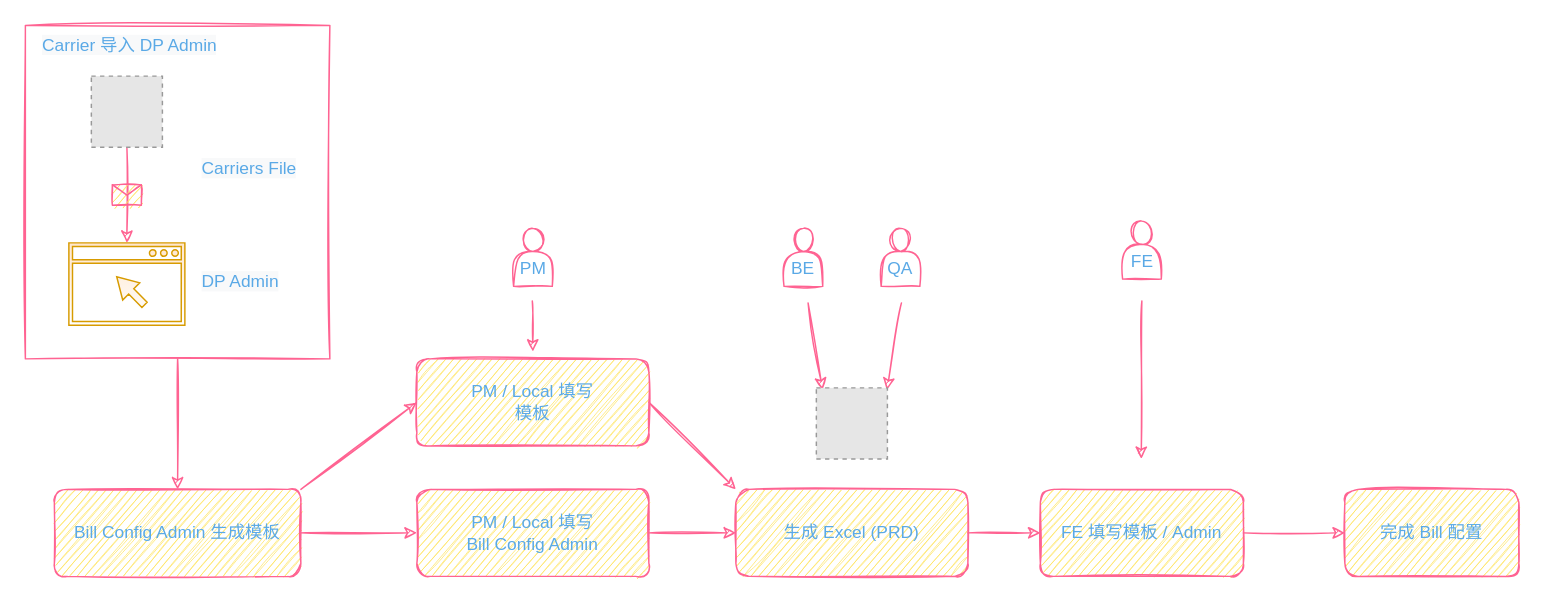
Above: AutoBatchImportView.drawio in Darkindom/draw-the-diagrams (draw.io), before the change. Source tidied: cells renumbered, new cells numbered last; positions are measured from the earlier drawing's top-left corner, leaving out a move shared by most shapes. Both pictures are drawn from the tidied source at 145%, with x=0, y=0 at pixel (25, 25). Pictures stored in the file or linked from it are replaced by grey dashed boxes.
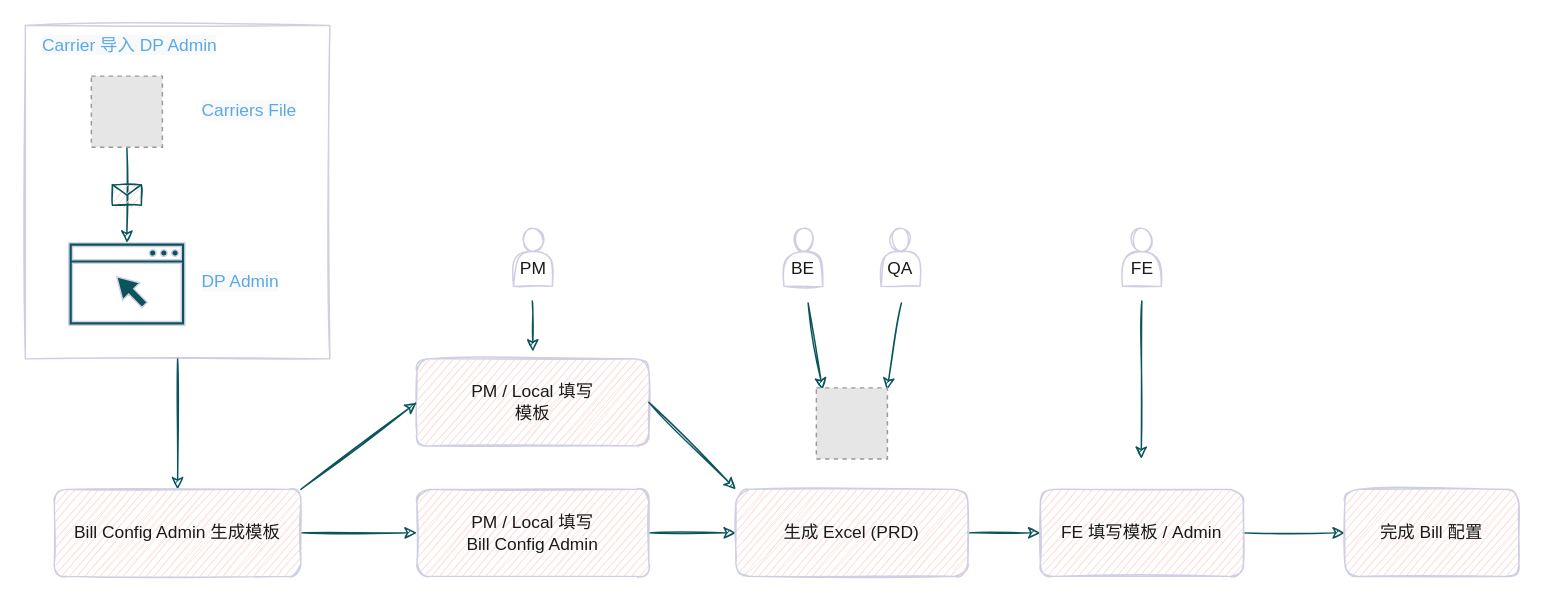
After the change.

Diff of the diagram source:
```diff
@@
-    <mxCell id="2" style="rounded=0;whiteSpace=wrap;html=1;sketch=1;fontColor=#5AA9E6;strokeColor=#FF6392;fillColor=none;" parent="1" vertex="1">
+    <mxCell id="2" style="rounded=0;whiteSpace=wrap;html=1;sketch=1;fontColor=#1A1A1A;strokeColor=#D0CEE2;fillColor=none;" parent="1" vertex="1">
       <mxGeometry width="210" height="230" as="geometry" />
     </mxCell>
-    <mxCell id="3" style="edgeStyle=orthogonalEdgeStyle;curved=0;rounded=1;sketch=1;jettySize=auto;html=1;exitX=0.5;exitY=1;exitDx=0;exitDy=0;entryX=0.5;entryY=0;entryDx=0;entryDy=0;fontColor=#5AA9E6;strokeColor=#FF6392;fillColor=#FFE45E;" parent="1" edge="1" source="2" target="5">
+    <mxCell id="3" style="edgeStyle=orthogonalEdgeStyle;curved=0;rounded=1;sketch=1;jettySize=auto;html=1;exitX=0.5;exitY=1;exitDx=0;exitDy=0;entryX=0.5;entryY=0;entryDx=0;entryDy=0;fontColor=#1A1A1A;strokeColor=#09555B;" parent="1" edge="1" source="2" target="5">
       <mxGeometry relative="1" as="geometry" />
     </mxCell>
-    <mxCell id="4" style="edgeStyle=orthogonalEdgeStyle;curved=0;rounded=1;sketch=1;jettySize=auto;html=1;exitX=1;exitY=0.5;exitDx=0;exitDy=0;fontColor=#5AA9E6;strokeColor=#FF6392;fillColor=#FFE45E;entryX=0;entryY=0.5;entryDx=0;entryDy=0;" parent="1" edge="1" source="5" target="11">
+    <mxCell id="4" style="edgeStyle=orthogonalEdgeStyle;curved=0;rounded=1;sketch=1;jettySize=auto;html=1;exitX=1;exitY=0.5;exitDx=0;exitDy=0;fontColor=#1A1A1A;strokeColor=#09555B;entryX=0;entryY=0.5;entryDx=0;entryDy=0;" parent="1" edge="1" source="5" target="11">
       <mxGeometry relative="1" as="geometry" />
     </mxCell>
-    <mxCell id="5" value="Bill Config Admin 生成模板" style="rounded=1;whiteSpace=wrap;html=1;fontSize=12;glass=0;strokeWidth=1;shadow=0;sketch=1;fillColor=#FFE45E;strokeColor=#FF6392;fontColor=#5AA9E6;" parent="1" vertex="1">
+    <mxCell id="5" value="Bill Config Admin 生成模板" style="rounded=1;whiteSpace=wrap;html=1;fontSize=12;glass=0;strokeWidth=1;shadow=0;sketch=1;fillColor=#FAD9D5;strokeColor=#D0CEE2;fontColor=#1A1A1A;" parent="1" vertex="1">
       <mxGeometry x="20" y="320" width="170" height="60" as="geometry" />
     </mxCell>
-    <mxCell id="6" style="endArrow=classic;html=1;rounded=1;sketch=1;fontColor=#5AA9E6;strokeColor=#FF6392;fillColor=#FFE45E;curved=0;exitX=0.5;exitY=1;exitDx=0;exitDy=0;" parent="1" edge="1" source="22" target="20">
+    <mxCell id="6" style="endArrow=classic;html=1;rounded=1;sketch=1;fontColor=#1A1A1A;strokeColor=#09555B;curved=0;exitX=0.5;exitY=1;exitDx=0;exitDy=0;" parent="1" edge="1" source="22" target="20">
       <mxGeometry relative="1" as="geometry" />
     </mxCell>
-    <mxCell id="7" style="shape=message;html=1;rounded=0;sketch=1;fontColor=#5AA9E6;strokeColor=#FF6392;fillColor=#FFE45E;" parent="6" vertex="1">
+    <mxCell id="7" style="shape=message;html=1;rounded=0;sketch=1;fontColor=#1A1A1A;strokeColor=#09555B;fillColor=#FAD9D5;" parent="6" vertex="1">
       <mxGeometry width="20" height="14" relative="1" as="geometry">
         <mxPoint x="-10" y="-7" as="offset" />
       </mxGeometry>
     </mxCell>
-    <mxCell id="8" value="&lt;span style=&quot;color: rgb(90, 169, 230); font-family: Helvetica; font-size: 12px; font-style: normal; font-variant-ligatures: normal; font-variant-caps: normal; font-weight: 400; letter-spacing: normal; orphans: 2; text-align: center; text-indent: 0px; text-transform: none; widows: 2; word-spacing: 0px; -webkit-text-stroke-width: 0px; background-color: rgb(248, 249, 250); text-decoration-thickness: initial; text-decoration-style: initial; text-decoration-color: initial; float: none; display: inline !important;&quot;&gt;Carrier 导入 DP Admin&lt;/span&gt;" style="text;whiteSpace=wrap;html=1;fontColor=#5AA9E6;" parent="1" vertex="1">
+    <mxCell id="8" value="&lt;span style=&quot;color: rgb(90, 169, 230); font-family: Helvetica; font-size: 12px; font-style: normal; font-variant-ligatures: normal; font-variant-caps: normal; font-weight: 400; letter-spacing: normal; orphans: 2; text-align: center; text-indent: 0px; text-transform: none; widows: 2; word-spacing: 0px; -webkit-text-stroke-width: 0px; background-color: rgb(248, 249, 250); text-decoration-thickness: initial; text-decoration-style: initial; text-decoration-color: initial; float: none; display: inline !important;&quot;&gt;Carrier 导入 DP Admin&lt;/span&gt;" style="text;whiteSpace=wrap;html=1;fontColor=#1A1A1A;" parent="1" vertex="1">
       <mxGeometry x="10" width="150" height="30" as="geometry" />
     </mxCell>
-    <mxCell id="9" value="PM / Local 填写 &lt;br&gt;模板" style="rounded=1;whiteSpace=wrap;html=1;fontSize=12;glass=0;strokeWidth=1;shadow=0;sketch=1;fillColor=#FFE45E;strokeColor=#FF6392;fontColor=#5AA9E6;" parent="1" vertex="1">
+    <mxCell id="9" value="PM / Local 填写 &lt;br&gt;模板" style="rounded=1;whiteSpace=wrap;html=1;fontSize=12;glass=0;strokeWidth=1;shadow=0;sketch=1;fillColor=#FAD9D5;strokeColor=#D0CEE2;fontColor=#1A1A1A;" parent="1" vertex="1">
       <mxGeometry x="270" y="230" width="160" height="60" as="geometry" />
     </mxCell>
-    <mxCell id="10" style="edgeStyle=orthogonalEdgeStyle;curved=0;rounded=1;sketch=1;jettySize=auto;html=1;exitX=1;exitY=0.5;exitDx=0;exitDy=0;entryX=0;entryY=0.5;entryDx=0;entryDy=0;fontColor=#5AA9E6;strokeColor=#FF6392;fillColor=#FFE45E;" parent="1" edge="1" source="11" target="14">
+    <mxCell id="10" style="edgeStyle=orthogonalEdgeStyle;curved=0;rounded=1;sketch=1;jettySize=auto;html=1;exitX=1;exitY=0.5;exitDx=0;exitDy=0;entryX=0;entryY=0.5;entryDx=0;entryDy=0;fontColor=#1A1A1A;strokeColor=#09555B;" parent="1" edge="1" source="11" target="14">
       <mxGeometry relative="1" as="geometry" />
     </mxCell>
-    <mxCell id="11" value="PM / Local 填写&lt;br&gt;Bill Config Admin" style="rounded=1;whiteSpace=wrap;html=1;fontSize=12;glass=0;strokeWidth=1;shadow=0;sketch=1;fillColor=#FFE45E;strokeColor=#FF6392;fontColor=#5AA9E6;" parent="1" vertex="1">
+    <mxCell id="11" value="PM / Local 填写&lt;br&gt;Bill Config Admin" style="rounded=1;whiteSpace=wrap;html=1;fontSize=12;glass=0;strokeWidth=1;shadow=0;sketch=1;fillColor=#FAD9D5;strokeColor=#D0CEE2;fontColor=#1A1A1A;" parent="1" vertex="1">
       <mxGeometry x="270" y="320" width="160" height="60" as="geometry" />
     </mxCell>
-    <mxCell id="12" style="endArrow=classic;html=1;rounded=1;sketch=1;fontColor=#5AA9E6;strokeColor=#FF6392;fillColor=#FFE45E;curved=0;entryX=0;entryY=0.5;entryDx=0;entryDy=0;exitX=1;exitY=0;exitDx=0;exitDy=0;" parent="1" edge="1" source="5" target="9">
+    <mxCell id="12" style="endArrow=classic;html=1;rounded=1;sketch=1;fontColor=#1A1A1A;strokeColor=#09555B;curved=0;entryX=0;entryY=0.5;entryDx=0;entryDy=0;exitX=1;exitY=0;exitDx=0;exitDy=0;" parent="1" edge="1" source="5" target="9">
       <mxGeometry relative="1" as="geometry" />
     </mxCell>
-    <mxCell id="13" style="edgeStyle=orthogonalEdgeStyle;curved=0;rounded=1;sketch=1;jettySize=auto;html=1;fontColor=#5AA9E6;strokeColor=#FF6392;fillColor=#FFE45E;" parent="1" edge="1" source="14" target="17">
+    <mxCell id="13" style="edgeStyle=orthogonalEdgeStyle;curved=0;rounded=1;sketch=1;jettySize=auto;html=1;fontColor=#1A1A1A;strokeColor=#09555B;" parent="1" edge="1" source="14" target="17">
       <mxGeometry relative="1" as="geometry" />
     </mxCell>
-    <mxCell id="14" value="生成 Excel (PRD)" style="rounded=1;whiteSpace=wrap;html=1;fontSize=12;glass=0;strokeWidth=1;shadow=0;sketch=1;fillColor=#FFE45E;strokeColor=#FF6392;fontColor=#5AA9E6;" parent="1" vertex="1">
+    <mxCell id="14" value="生成 Excel (PRD)" style="rounded=1;whiteSpace=wrap;html=1;fontSize=12;glass=0;strokeWidth=1;shadow=0;sketch=1;fillColor=#FAD9D5;strokeColor=#D0CEE2;fontColor=#1A1A1A;" parent="1" vertex="1">
       <mxGeometry x="490" y="320" width="160" height="60" as="geometry" />
     </mxCell>
-    <mxCell id="15" style="endArrow=classic;html=1;rounded=1;sketch=1;fontColor=#5AA9E6;strokeColor=#FF6392;fillColor=#FFE45E;curved=0;entryX=0;entryY=0;entryDx=0;entryDy=0;exitX=1;exitY=0.5;exitDx=0;exitDy=0;" parent="1" edge="1" source="9" target="14">
+    <mxCell id="15" style="endArrow=classic;html=1;rounded=1;sketch=1;fontColor=#1A1A1A;strokeColor=#09555B;curved=0;entryX=0;entryY=0;entryDx=0;entryDy=0;exitX=1;exitY=0.5;exitDx=0;exitDy=0;" parent="1" edge="1" source="9" target="14">
       <mxGeometry relative="1" as="geometry" />
     </mxCell>
-    <mxCell id="16" style="edgeStyle=orthogonalEdgeStyle;curved=0;rounded=1;sketch=1;jettySize=auto;html=1;fontColor=#5AA9E6;strokeColor=#FF6392;fillColor=#FFE45E;" parent="1" edge="1" source="17" target="18">
+    <mxCell id="16" style="edgeStyle=orthogonalEdgeStyle;curved=0;rounded=1;sketch=1;jettySize=auto;html=1;fontColor=#1A1A1A;strokeColor=#09555B;" parent="1" edge="1" source="17" target="18">
       <mxGeometry relative="1" as="geometry" />
     </mxCell>
-    <mxCell id="17" value="FE 填写模板 / Admin" style="fillColor=#FFE45E;strokeColor=#FF6392;fontColor=#5AA9E6;rounded=1;glass=0;strokeWidth=1;shadow=0;sketch=1;align=center;whiteSpace=wrap;html=1;labelBackgroundColor=none;labelBorderColor=none;" parent="1" vertex="1">
+    <mxCell id="17" value="FE 填写模板 / Admin" style="fillColor=#FAD9D5;strokeColor=#D0CEE2;fontColor=#1A1A1A;rounded=1;glass=0;strokeWidth=1;shadow=0;sketch=1;align=center;whiteSpace=wrap;html=1;labelBackgroundColor=none;labelBorderColor=none;" parent="1" vertex="1">
       <mxGeometry x="700" y="320" width="140" height="60" as="geometry" />
     </mxCell>
-    <mxCell id="18" value="完成 Bill 配置" style="whiteSpace=wrap;html=1;fillColor=#FFE45E;strokeColor=#FF6392;fontColor=#5AA9E6;rounded=1;glass=0;strokeWidth=1;shadow=0;sketch=1;labelBackgroundColor=none;labelBorderColor=none;" parent="1" vertex="1">
+    <mxCell id="18" value="完成 Bill 配置" style="whiteSpace=wrap;html=1;fillColor=#FAD9D5;strokeColor=#D0CEE2;fontColor=#1A1A1A;rounded=1;glass=0;strokeWidth=1;shadow=0;sketch=1;labelBackgroundColor=none;labelBorderColor=none;" parent="1" vertex="1">
       <mxGeometry x="910" y="320" width="120" height="60" as="geometry" />
     </mxCell>
-    <mxCell id="19" value="&lt;br&gt;QA" style="shape=actor;whiteSpace=wrap;html=1;rounded=0;labelBackgroundColor=none;labelBorderColor=none;sketch=1;fontColor=#5AA9E6;strokeColor=#FF6392;fillColor=none;" parent="1" vertex="1">
+    <mxCell id="19" value="&lt;br&gt;QA" style="shape=actor;whiteSpace=wrap;html=1;rounded=0;labelBackgroundColor=none;labelBorderColor=none;sketch=1;fontColor=#1A1A1A;strokeColor=#D0CEE2;fillColor=none;" parent="1" vertex="1">
       <mxGeometry x="590.2" y="140" width="26.7" height="40" as="geometry" />
     </mxCell>
-    <mxCell id="20" style="sketch=0;shadow=0;dashed=0;html=1;strokeColor=#d79b00;fillColor=#ffe6cc;labelPosition=center;verticalLabelPosition=bottom;verticalAlign=top;align=center;outlineConnect=0;shape=mxgraph.vvd.web_browser;rounded=0;labelBackgroundColor=none;labelBorderColor=none;fontSize=12;gradientColor=#ffffff;" parent="1" vertex="1">
+    <mxCell id="20" style="sketch=0;shadow=0;dashed=0;html=1;strokeColor=#D0CEE2;fillColor=#09555B;labelPosition=center;verticalLabelPosition=bottom;verticalAlign=top;align=center;outlineConnect=0;shape=mxgraph.vvd.web_browser;rounded=0;labelBackgroundColor=none;labelBorderColor=none;fontSize=12;fontColor=#1A1A1A;" parent="1" vertex="1">
       <mxGeometry x="30" y="150" width="80" height="56.8" as="geometry" />
     </mxCell>
-    <mxCell id="21" value="&lt;span style=&quot;color: rgb(90, 169, 230); font-family: Helvetica; font-size: 12px; font-style: normal; font-variant-ligatures: normal; font-variant-caps: normal; font-weight: 400; letter-spacing: normal; orphans: 2; text-align: center; text-indent: 0px; text-transform: none; widows: 2; word-spacing: 0px; -webkit-text-stroke-width: 0px; background-color: rgb(248, 249, 250); text-decoration-thickness: initial; text-decoration-style: initial; text-decoration-color: initial; float: none; display: inline !important;&quot;&gt;DP Admin&lt;br&gt;&lt;/span&gt;" style="text;whiteSpace=wrap;html=1;fontColor=#5AA9E6;" parent="1" vertex="1">
+    <mxCell id="21" value="&lt;span style=&quot;color: rgb(90, 169, 230); font-family: Helvetica; font-size: 12px; font-style: normal; font-variant-ligatures: normal; font-variant-caps: normal; font-weight: 400; letter-spacing: normal; orphans: 2; text-align: center; text-indent: 0px; text-transform: none; widows: 2; word-spacing: 0px; -webkit-text-stroke-width: 0px; background-color: rgb(248, 249, 250); text-decoration-thickness: initial; text-decoration-style: initial; text-decoration-color: initial; float: none; display: inline !important;&quot;&gt;DP Admin&lt;br&gt;&lt;/span&gt;" style="text;whiteSpace=wrap;html=1;fontColor=#1A1A1A;" parent="1" vertex="1">
       <mxGeometry x="120" y="163.4" width="60" height="30" as="geometry" />
     </mxCell>
-    <mxCell id="22" style="fillColor=#E6E6E6;strokeColor=#999999;dashed=1;html=1;verticalAlign=top;verticalLabelPosition=bottom;labelBackgroundColor=#ffffff;fontSize=12;fontColor=#5AA9E6;" parent="1" vertex="1">
+    <mxCell id="22" style="fillColor=#E6E6E6;strokeColor=#999999;dashed=1;html=1;verticalAlign=top;verticalLabelPosition=bottom;fontSize=12;fontColor=#1A1A1A;" parent="1" vertex="1">
       <mxGeometry x="45.5" y="35" width="49" height="49" as="geometry" />
     </mxCell>
-    <mxCell id="23" value="&lt;span style=&quot;color: rgb(90, 169, 230); font-family: Helvetica; font-size: 12px; font-style: normal; font-variant-ligatures: normal; font-variant-caps: normal; font-weight: 400; letter-spacing: normal; orphans: 2; text-align: center; text-indent: 0px; text-transform: none; widows: 2; word-spacing: 0px; -webkit-text-stroke-width: 0px; background-color: rgb(248, 249, 250); text-decoration-thickness: initial; text-decoration-style: initial; text-decoration-color: initial; float: none; display: inline !important;&quot;&gt;Carriers File&lt;/span&gt;" style="text;whiteSpace=wrap;html=1;fontColor=#5AA9E6;" parent="1" vertex="1">
-      <mxGeometry x="120" y="84.5" width="130" height="30" as="geometry" />
+    <mxCell id="23" value="&lt;span style=&quot;color: rgb(90, 169, 230); font-family: Helvetica; font-size: 12px; font-style: normal; font-variant-ligatures: normal; font-variant-caps: normal; font-weight: 400; letter-spacing: normal; orphans: 2; text-align: center; text-indent: 0px; text-transform: none; widows: 2; word-spacing: 0px; -webkit-text-stroke-width: 0px; background-color: rgb(248, 249, 250); text-decoration-thickness: initial; text-decoration-style: initial; text-decoration-color: initial; float: none; display: inline !important;&quot;&gt;Carriers File&lt;/span&gt;" style="text;whiteSpace=wrap;html=1;fontColor=#1A1A1A;" parent="1" vertex="1">
+      <mxGeometry x="120" y="44.5" width="130" height="30" as="geometry" />
     </mxCell>
-    <mxCell id="24" value="&lt;br&gt;BE" style="shape=actor;whiteSpace=wrap;html=1;rounded=0;labelBackgroundColor=none;labelBorderColor=none;sketch=1;fontColor=#5AA9E6;strokeColor=#FF6392;fillColor=none;" parent="1" vertex="1">
+    <mxCell id="24" value="&lt;br&gt;BE" style="shape=actor;whiteSpace=wrap;html=1;rounded=0;labelBackgroundColor=none;labelBorderColor=none;sketch=1;fontColor=#1A1A1A;strokeColor=#D0CEE2;fillColor=none;" parent="1" vertex="1">
       <mxGeometry x="523.2" y="140" width="26.7" height="40" as="geometry" />
     </mxCell>
-    <mxCell id="25" style="endArrow=classic;html=1;rounded=1;sketch=1;fontSize=12;fontColor=#5AA9E6;strokeColor=#FF6392;fillColor=#FFE45E;curved=0;" parent="1" edge="1">
+    <mxCell id="25" style="endArrow=classic;html=1;rounded=1;sketch=1;fontSize=12;fontColor=#1A1A1A;strokeColor=#09555B;curved=0;" parent="1" edge="1">
       <mxGeometry relative="1" as="geometry">
         <mxPoint x="539.8" y="191.4" as="sourcePoint" />
         <mxPoint x="549.8" y="251.4" as="targetPoint" />
       </mxGeometry>
     </mxCell>
-    <mxCell id="26" style="endArrow=classic;html=1;rounded=1;sketch=1;fontSize=12;fontColor=#5AA9E6;strokeColor=#FF6392;fillColor=#FFE45E;curved=0;" parent="1" edge="1">
+    <mxCell id="26" style="endArrow=classic;html=1;rounded=1;sketch=1;fontSize=12;fontColor=#1A1A1A;strokeColor=#09555B;curved=0;" parent="1" edge="1">
       <mxGeometry relative="1" as="geometry">
         <mxPoint x="604.2" y="191.4" as="sourcePoint" />
         <mxPoint x="594.2" y="251.4" as="targetPoint" />
       </mxGeometry>
     </mxCell>
-    <mxCell id="27" style="fillColor=#E6E6E6;strokeColor=#999999;dashed=1;html=1;verticalAlign=top;verticalLabelPosition=bottom;labelBackgroundColor=#ffffff;fontSize=12;fontColor=#5AA9E6;" parent="1" vertex="1">
+    <mxCell id="27" style="fillColor=#E6E6E6;strokeColor=#999999;dashed=1;html=1;verticalAlign=top;verticalLabelPosition=bottom;fontSize=12;fontColor=#1A1A1A;" parent="1" vertex="1">
       <mxGeometry x="545.5" y="250" width="49" height="49" as="geometry" />
     </mxCell>
-    <mxCell id="28" value="&lt;br&gt;FE" style="shape=actor;whiteSpace=wrap;html=1;rounded=0;labelBackgroundColor=none;labelBorderColor=none;sketch=1;fontColor=#5AA9E6;strokeColor=#FF6392;fillColor=none;" parent="1" vertex="1">
-      <mxGeometry x="756.7" y="135" width="26.7" height="40" as="geometry" />
+    <mxCell id="28" value="&lt;br&gt;FE" style="shape=actor;whiteSpace=wrap;html=1;rounded=0;labelBackgroundColor=none;labelBorderColor=none;sketch=1;fontColor=#1A1A1A;strokeColor=#D0CEE2;fillColor=none;" parent="1" vertex="1">
+      <mxGeometry x="756.7" y="140" width="26.7" height="40" as="geometry" />
     </mxCell>
-    <mxCell id="29" value="&lt;br&gt;PM" style="shape=actor;whiteSpace=wrap;html=1;rounded=0;labelBackgroundColor=none;labelBorderColor=none;sketch=1;fontColor=#5AA9E6;strokeColor=#FF6392;fillColor=none;" parent="1" vertex="1">
+    <mxCell id="29" value="&lt;br&gt;PM" style="shape=actor;whiteSpace=wrap;html=1;rounded=0;labelBackgroundColor=none;labelBorderColor=none;sketch=1;fontColor=#1A1A1A;strokeColor=#D0CEE2;fillColor=none;" parent="1" vertex="1">
       <mxGeometry x="336.7" y="140" width="26.7" height="40" as="geometry" />
     </mxCell>
-    <mxCell id="30" style="endArrow=classic;html=1;rounded=1;sketch=1;fontSize=12;fontColor=#5AA9E6;strokeColor=#FF6392;fillColor=#FFE45E;curved=0;" parent="1" edge="1">
+    <mxCell id="30" style="endArrow=classic;html=1;rounded=1;sketch=1;fontSize=12;fontColor=#1A1A1A;strokeColor=#09555B;curved=0;" parent="1" edge="1">
       <mxGeometry relative="1" as="geometry">
         <mxPoint x="770" y="190" as="sourcePoint" />
         <mxPoint x="769.6" y="299" as="targetPoint" />
       </mxGeometry>
     </mxCell>
-    <mxCell id="31" style="endArrow=classic;html=1;rounded=1;sketch=1;fontSize=12;fontColor=#5AA9E6;strokeColor=#FF6392;fillColor=#FFE45E;curved=0;" parent="1" edge="1">
+    <mxCell id="31" style="endArrow=classic;html=1;rounded=1;sketch=1;fontSize=12;fontColor=#1A1A1A;strokeColor=#09555B;curved=0;" parent="1" edge="1">
       <mxGeometry relative="1" as="geometry">
         <mxPoint x="349.6" y="190" as="sourcePoint" />
         <mxPoint x="350" y="225" as="targetPoint" />
       </mxGeometry>
     </mxCell>
```
